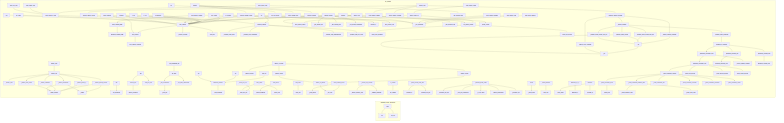
This is project/calls.png from pyfunc/taskfile, a Mermaid export, as it was before one commit. Its source is kept beside it as project/calls.mmd.
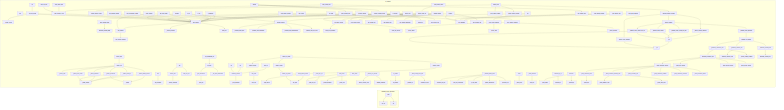
After the commit.

Change to the diagram source:
```diff
@@ -2,5 +2,5 @@
     subgraph examples_script_extraction
-        examples__script_extraction__scripts__release__run["run"]
         examples__ssh_run["ssh_run"]
         examples__main["main"]
+        examples__script_extraction__scripts__release__run["run"]
         examples__main["main"]
@@ -8,159 +8,167 @@
     subgraph src_taskfile
+        src__taskfile__cli__main___group_rolling["_group_rolling"]
+        src__taskfile__notifications___notify_linux["_notify_linux"]
+        src__taskfile__fleet___ping_device["_ping_device"]
+        src__taskfile__cli__fleet__fleet_repair_cmd["fleet_repair_cmd"]
+        src__taskfile__cli__setup___execute_setup_steps["_execute_setup_steps"]
+        src__taskfile__cli__deploy___quadlet_step2_upload["_quadlet_step2_upload"]
+        src__taskfile__cli__deploy___resolve_deploy_config["_resolve_deploy_config"]
+        src__taskfile__landing__build_landing_page["build_landing_page"]
+        src__taskfile__cli__setup___build_config_from_args["_build_config_from_args"]
+        src__taskfile__cli__release___step_deploy_web["_step_deploy_web"]
+        src__taskfile__parser___validate_task_commands["_validate_task_commands"]
+        src__taskfile__quadlet___build_container_ports["_build_container_ports"]
+        src__taskfile__cli__auth__auth_setup["auth_setup"]
+        src__taskfile__cli__main__init["init"]
+        src__auto_fix["auto_fix"]
+        src__taskfile__fleet__deploy_to_device["deploy_to_device"]
+        src__taskfile__quadlet___build_container_env["_build_container_env"]
+        src__taskfile__importer___import_makefile["_import_makefile"]
+        src__taskfile__ssh___get_connection["_get_connection"]
+        src__taskfile__notifications___notify_windows["_notify_windows"]
+        src__taskfile__importer___import_gitlab_ci["_import_gitlab_ci"]
+        src___run_embedded_ssh["_run_embedded_ssh"]
+        src__taskfile__cli__ci__ci_preview["ci_preview"]
         src___resolve_release_config["_resolve_release_config"]
+        src___execute_deploy_strategy["_execute_deploy_strategy"]
+        src__taskfile__cli__setup___validate_ip["_validate_ip"]
+        src__taskfile__health__print_health_report["print_health_report"]
+        src__taskfile__quadlet___parse_cpus_limit["_parse_cpus_limit"]
+        src__taskfile__parser___resolve_includes["_resolve_includes"]
+        src__taskfile__cli__quadlet___get_upload_files["_get_upload_files"]
+        src__taskfile__ssh__ssh_exec["ssh_exec"]
+        src__taskfile__cli__interactive___suggest_template["_suggest_template"]
+        src__taskfile__notifications___notify_macos["_notify_macos"]
+        src__taskfile__cli__main___run_env_group["_run_env_group"]
+        src__taskfile__cli__auth___check_tool["_check_tool"]
+        src__taskfile__cli__deploy___print_deploy_header["_print_deploy_header"]
+        src__taskfile__cli__setup___test_ssh_connection["_test_ssh_connection"]
+        src__taskfile__fleet___ssh_cmd["_ssh_cmd"]
+        src__taskfile__cli__quadlet___run_upload_commands["_run_upload_commands"]
+        src__taskfile__quadlet___build_container_networks["_build_container_networks"]
+        src___parse_pipeline["_parse_pipeline"]
+        src__taskfile__importer___import_shell_script["_import_shell_script"]
+        src__taskfile__quadlet__generate_network_unit["generate_network_unit"]
+        src__taskfile__quadlet___parse_memory_limit["_parse_memory_limit"]
+        src__taskfile__quadlet___build_container_volumes["_build_container_volumes"]
+        src___detect_project_type["_detect_project_type"]
+        src___quadlet_step3_reload_and_pull["_quadlet_step3_reload_and_pull"]
+        src__taskfile__quadlet__generate_volume_unit["generate_volume_unit"]
+        src__taskfile__cli__release__rollback["rollback"]
+        src__taskfile__scaffold__generate_taskfile["generate_taskfile"]
+        src__taskfile__compose__resolve_dict["resolve_dict"]
+        src__taskfile__cli__ci__ci_generate["ci_generate"]
+        src__taskfile__cli__fleet___load_config_or_exit["_load_config_or_exit"]
+        src__taskfile__importer___dump_taskfile["_dump_taskfile"]
+        src__taskfile__quadlet___build_container_labels["_build_container_labels"]
+        src__taskfile__cli__release___get_previous_tag["_get_previous_tag"]
+        src__generate["generate"]
+        src__taskfile__parser__load_taskfile["load_taskfile"]
+        src__taskfile__cigen__base___yaml_dump["_yaml_dump"]
+        src__taskfile__cli__release___step_upload_releases["_step_upload_releases"]
+        src__taskfile__cli__setup___deploy_application["_deploy_application"]
+        src__taskfile__fleet__check_device_status["check_device_status"]
+        src__taskfile__health__run_health_checks["run_health_checks"]
+        src__taskfile__cli__fleet___get_remote_envs["_get_remote_envs"]
+        src___init_config["_init_config"]
+        src__taskfile__cli__release___step_health_check["_step_health_check"]
+        src__taskfile__cli__setup___parse_ports["_parse_ports"]
+        src__taskfile__landing__generate_landing_page["generate_landing_page"]
+        src__taskfile__health__check_http_endpoint["check_http_endpoint"]
+        src___select_deploy_strategy["_select_deploy_strategy"]
+        src__taskfile__fleet___deploy_parallel["_deploy_parallel"]
+        src__taskfile__cli__release___show_release_plan["_show_release_plan"]
+        src__taskfile__quadlet___generate_volume_files["_generate_volume_files"]
+        src__taskfile__parser___validate_task_dependencies["_validate_task_dependencies"]
+        src__taskfile__fleet__FleetConfig__from_dict["from_dict"]
+        src__taskfile__cli__main__import_cmd["import_cmd"]
+        src__taskfile__importer___detect_type["_detect_type"]
+        src__check_taskfile["check_taskfile"]
+        src__get_environment_names["get_environment_names"]
+        src__taskfile__models__PipelineConfig__from_dict["from_dict"]
+        src__taskfile__health__health_check_all["health_check_all"]
+        src__taskfile__cli__auth__auth_verify["auth_verify"]
+        src__taskfile__cigen__generate_all_ci["generate_all_ci"]
+        src__taskfile__cli__ci__ci_targets["ci_targets"]
+        src___quadlet_step4_restart_and_cleanup["_quadlet_step4_restart_and_cle"]
+        src__taskfile__cli__quadlet___get_upload_env["_get_upload_env"]
+        src__taskfile__cli__deploy___deploy_local_compose["_deploy_local_compose"]
+        src___build_container_podman_args["_build_container_podman_args"]
+        src__taskfile__cli__interactive__init["init"]
+        src__taskfile__parser__validate_taskfile["validate_taskfile"]
+        src__taskfile__importer___import_dockerfile["_import_dockerfile"]
+        src__taskfile__notifications__notify_task_complete["notify_task_complete"]
+        src___collect_init_choices["_collect_init_choices"]
+        src__taskfile__importer___slugify["_slugify"]
+        src__taskfile__ssh___pool_key["_pool_key"]
+        src__taskfile__fleet__load_fleet["load_fleet"]
+        src__taskfile__quadlet___build_container_section["_build_container_section"]
+        src__taskfile__scaffold___load_template["_load_template"]
+        src__taskfile__cli__fleet__fleet_status_cmd["fleet_status_cmd"]
+        src__taskfile__fleet___deploy_canary["_deploy_canary"]
+        src__taskfile__cli__ci__ci_list["ci_list"]
+        src__generate["generate"]
+        src__taskfile__quadlet___build_install_section["_build_install_section"]
+        src__taskfile__quadlet___generate_container_files["_generate_container_files"]
+        src__taskfile__cli__health__health_cmd["health_cmd"]
+        src__taskfile__cli__deploy__deploy_cmd["deploy_cmd"]
+        src__taskfile__parser__scan_nearby_taskfiles["scan_nearby_taskfiles"]
+        src__taskfile__cli__setup__setup["setup"]
+        src__taskfile__cli__main__run["run"]
+        src__taskfile__health__check_ssh_service["check_ssh_service"]
+        src__taskfile__models__TaskfileConfig__from_dict["from_dict"]
+        src__taskfile__ssh___ssh_exec_subprocess["_ssh_exec_subprocess"]
+        src__taskfile__cli__setup___provision_vps["_provision_vps"]
+        src__taskfile__importer___import_github_actions["_import_github_actions"]
+        src___quadlet_step1_generate["_quadlet_step1_generate"]
+        src__taskfile__cli__setup___validate_ssh_key["_validate_ssh_key"]
+        src__taskfile__compose__load_env_file["load_env_file"]
+        src__taskfile__quadlet___build_service_section["_build_service_section"]
+        src__taskfile__cli__release___get_current_tag["_get_current_tag"]
+        src__taskfile__runner__TaskfileRunner__run["run"]
+        src__taskfile__cli__auth___ensure_gitignore["_ensure_gitignore"]
+        src__taskfile__parser__find_taskfile["find_taskfile"]
+        src__taskfile__cli__main__list_tasks["list_tasks"]
+        src__taskfile__importer__import_file["import_file"]
+        src__taskfile__cigen__base___sanitize_id["_sanitize_id"]
+        src__taskfile__cli__release___confirm_release["_confirm_release"]
+        src__taskfile__cli__release___run_command["_run_command"]
+        src__taskfile__compose__resolve_variables["resolve_variables"]
+        src__taskfile__compose__ComposeFile____init__["__init__"]
+        src__taskfile__parser___validate_tasks_exist["_validate_tasks_exist"]
+        src__taskfile__quadlet___parse_port["_parse_port"]
+        src__taskfile__cli__completion__get_platform_names["get_platform_names"]
+        src__taskfile__ssh__has_paramiko["has_paramiko"]
+        src__taskfile__cli__main__validate["validate"]
+        src__taskfile__cigen__generate_ci["generate_ci"]
+        src__taskfile__cli__setup___is_vps_ready["_is_vps_ready"]
+        src__taskfile__cli__setup___provision_ssh_key["_provision_ssh_key"]
+        src__taskfile__cli__auth___read_env_file["_read_env_file"]
+        src__taskfile__fleet___deploy_rolling["_deploy_rolling"]
+        src__taskfile__cli__release__release["release"]
+        src__taskfile__cli__deploy___run["_run"]
+        src__taskfile__quadlet__compose_to_quadlet["compose_to_quadlet"]
+        src__taskfile__cli__main___print_nearby_taskfiles["_print_nearby_taskfiles"]
+        src__taskfile__cli__quadlet__quadlet_upload["quadlet_upload"]
+        src__taskfile__quadlet___generate_network_file["_generate_network_file"]
         src__taskfile__cli__deploy___deploy_quadlet["_deploy_quadlet"]
-        src__taskfile__cli__main__validate["validate"]
+        src__generate["generate"]
+        src__taskfile__fleet__deploy_to_group["deploy_to_group"]
+        src__taskfile__cli__release___step_build_desktop["_step_build_desktop"]
+        src__taskfile__cli__fleet__fleet_list_cmd["fleet_list_cmd"]
+        src__taskfile__cigen__list_targets["list_targets"]
+        src__taskfile__cli__auth___write_env_var["_write_env_var"]
+        src__taskfile__parser___validate_task_env_filter["_validate_task_env_filter"]
+        src__taskfile__quadlet___collect_named_volumes["_collect_named_volumes"]
+        src__taskfile__cli__release___step_deploy_landing["_step_deploy_landing"]
+        src__taskfile__cli__ci__ci_run["ci_run"]
+        src__taskfile__quadlet__generate_container_unit["generate_container_unit"]
+        src__taskfile__cli__completion__get_task_names["get_task_names"]
+        src__generate["generate"]
         src__taskfile__cli__main__info["info"]
-        src__taskfile__cigen__base___sanitize_id["_sanitize_id"]
-        src__taskfile__cli__main___group_rolling["_group_rolling"]
-        src__taskfile__quadlet__generate_volume_unit["generate_volume_unit"]
+        src__taskfile__cigen__preview_ci["preview_ci"]
+        src__taskfile__quadlet___build_unit_section["_build_unit_section"]
+        src__taskfile__cli__deploy___deploy_remote_compose["_deploy_remote_compose"]
+        src__taskfile__runner__TaskfileRunner____init__["__init__"]
         src__taskfile__cli__deploy___ssh["_ssh"]
-        src__taskfile__cli__release__release["release"]
-        src__taskfile__cli__deploy___deploy_local_compose["_deploy_local_compose"]
-        src__taskfile__parser__validate_taskfile["validate_taskfile"]
-        src__taskfile__cigen__base___yaml_dump["_yaml_dump"]
-        src__taskfile__importer___import_github_actions["_import_github_actions"]
-        src__taskfile__runner__TaskfileRunner__run["run"]
-        src___execute_deploy_strategy["_execute_deploy_strategy"]
-        src__taskfile__parser___validate_task_dependencies["_validate_task_dependencies"]
-        src___build_container_podman_args["_build_container_podman_args"]
-        src__taskfile__compose__load_env_file["load_env_file"]
-        src__taskfile__health__health_check_all["health_check_all"]
-        src__taskfile__fleet___ping_device["_ping_device"]
-        src__taskfile__parser__find_taskfile["find_taskfile"]
-        src__taskfile__parser___resolve_includes["_resolve_includes"]
-        src__taskfile__cli__release___get_previous_tag["_get_previous_tag"]
-        src__taskfile__cli__main___run_env_group["_run_env_group"]
-        src__taskfile__fleet__check_device_status["check_device_status"]
-        src__taskfile__cli__deploy___print_deploy_header["_print_deploy_header"]
-        src___init_config["_init_config"]
-        src__taskfile__cli__release___run_command["_run_command"]
-        src__taskfile__cli__setup___execute_setup_steps["_execute_setup_steps"]
-        src__taskfile__cigen__generate_ci["generate_ci"]
-        src__taskfile__quadlet___build_container_section["_build_container_section"]
-        src__taskfile__importer___dump_taskfile["_dump_taskfile"]
-        src__taskfile__quadlet___parse_cpus_limit["_parse_cpus_limit"]
-        src__taskfile__cli__auth__auth_verify["auth_verify"]
-        src__taskfile__cli__release___step_deploy_web["_step_deploy_web"]
-        src__taskfile__cli__release___get_current_tag["_get_current_tag"]
-        src__taskfile__fleet___deploy_canary["_deploy_canary"]
-        src__taskfile__cli__setup___validate_ssh_key["_validate_ssh_key"]
-        src__taskfile__runner__TaskfileRunner____init__["__init__"]
-        src__taskfile__quadlet___generate_network_file["_generate_network_file"]
-        src__taskfile__cli__auth___ensure_gitignore["_ensure_gitignore"]
-        src__taskfile__cli__release___show_release_plan["_show_release_plan"]
-        src__taskfile__cli__auth__auth_setup["auth_setup"]
-        src__taskfile__parser__scan_nearby_taskfiles["scan_nearby_taskfiles"]
-        src__taskfile__cli__setup___provision_ssh_key["_provision_ssh_key"]
-        src__taskfile__cli__deploy___quadlet_step2_upload["_quadlet_step2_upload"]
-        src__taskfile__ssh__ssh_exec["ssh_exec"]
-        src__taskfile__importer___import_gitlab_ci["_import_gitlab_ci"]
-        src__taskfile__cigen__preview_ci["preview_ci"]
-        src__taskfile__cli__deploy___deploy_remote_compose["_deploy_remote_compose"]
-        src__taskfile__cli__main__run["run"]
-        src__taskfile__scaffold___load_template["_load_template"]
-        src__check_taskfile["check_taskfile"]
-        src__taskfile__quadlet___generate_volume_files["_generate_volume_files"]
-        src__taskfile__importer___detect_type["_detect_type"]
-        src__taskfile__quadlet___build_container_ports["_build_container_ports"]
-        src__taskfile__parser___validate_task_commands["_validate_task_commands"]
-        src__taskfile__fleet___deploy_parallel["_deploy_parallel"]
-        src___quadlet_step1_generate["_quadlet_step1_generate"]
-        src__taskfile__cli__quadlet___run_upload_commands["_run_upload_commands"]
-        src__taskfile__cli__fleet___load_config_or_exit["_load_config_or_exit"]
-        src__taskfile__landing__generate_landing_page["generate_landing_page"]
-        src__taskfile__cli__release___step_deploy_landing["_step_deploy_landing"]
-        src__taskfile__quadlet___build_container_networks["_build_container_networks"]
-        src__taskfile__cli__setup___provision_vps["_provision_vps"]
-        src___detect_project_type["_detect_project_type"]
-        src__taskfile__cli__main__init["init"]
-        src__taskfile__compose__resolve_variables["resolve_variables"]
-        src__taskfile__quadlet___build_install_section["_build_install_section"]
-        src__generate["generate"]
-        src__taskfile__cli__release___step_health_check["_step_health_check"]
-        src__taskfile__health__run_health_checks["run_health_checks"]
-        src__taskfile__parser___validate_tasks_exist["_validate_tasks_exist"]
-        src__taskfile__ssh__has_paramiko["has_paramiko"]
-        src__taskfile__quadlet___build_service_section["_build_service_section"]
-        src__taskfile__quadlet___build_unit_section["_build_unit_section"]
-        src__taskfile__cli__quadlet__quadlet_upload["quadlet_upload"]
-        src__taskfile__health__print_health_report["print_health_report"]
-        src__taskfile__cli__auth___check_tool["_check_tool"]
-        src__taskfile__cli__deploy___run["_run"]
-        src__taskfile__cli__fleet__fleet_list_cmd["fleet_list_cmd"]
-        src___quadlet_step4_restart_and_cleanup["_quadlet_step4_restart_and_cle"]
-        src__taskfile__importer___import_dockerfile["_import_dockerfile"]
-        src__taskfile__fleet__FleetConfig__from_dict["from_dict"]
-        src__taskfile__quadlet___collect_named_volumes["_collect_named_volumes"]
-        src__taskfile__cli__auth___read_env_file["_read_env_file"]
-        src__taskfile__cli__setup___deploy_application["_deploy_application"]
-        src__taskfile__parser___validate_task_env_filter["_validate_task_env_filter"]
-        src__taskfile__scaffold__generate_taskfile["generate_taskfile"]
-        src__generate["generate"]
-        src__taskfile__cli__health__health_cmd["health_cmd"]
-        src__taskfile__fleet__deploy_to_group["deploy_to_group"]
-        src__taskfile__cli__main__list_tasks["list_tasks"]
-        src__taskfile__cli__ci__ci_list["ci_list"]
-        src__taskfile__parser__load_taskfile["load_taskfile"]
-        src__generate["generate"]
-        src__taskfile__cli__ci__ci_preview["ci_preview"]
-        src__generate["generate"]
-        src__taskfile__cli__fleet__fleet_status_cmd["fleet_status_cmd"]
-        src__taskfile__cli__fleet___get_remote_envs["_get_remote_envs"]
-        src__taskfile__cli__interactive___suggest_template["_suggest_template"]
-        src__taskfile__cli__deploy___resolve_deploy_config["_resolve_deploy_config"]
-        src__taskfile__compose__ComposeFile____init__["__init__"]
-        src__taskfile__cli__setup__setup["setup"]
-        src__taskfile__cli__auth___write_env_var["_write_env_var"]
-        src__taskfile__quadlet__compose_to_quadlet["compose_to_quadlet"]
-        src__taskfile__cli__deploy__deploy_cmd["deploy_cmd"]
-        src__taskfile__cigen__generate_all_ci["generate_all_ci"]
-        src__taskfile__quadlet__generate_network_unit["generate_network_unit"]
-        src__taskfile__quadlet___build_container_env["_build_container_env"]
-        src__auto_fix["auto_fix"]
-        src__taskfile__health__check_ssh_service["check_ssh_service"]
-        src___parse_pipeline["_parse_pipeline"]
-        src__taskfile__ssh___get_connection["_get_connection"]
-        src__taskfile__cli__setup___validate_ip["_validate_ip"]
-        src__taskfile__importer___import_makefile["_import_makefile"]
-        src__taskfile__importer___import_shell_script["_import_shell_script"]
-        src___select_deploy_strategy["_select_deploy_strategy"]
-        src__taskfile__cli__setup___is_vps_ready["_is_vps_ready"]
-        src__taskfile__models__PipelineConfig__from_dict["from_dict"]
-        src__taskfile__quadlet___generate_container_files["_generate_container_files"]
-        src__taskfile__fleet___deploy_rolling["_deploy_rolling"]
-        src__taskfile__cli__interactive__init["init"]
-        src__taskfile__cli__ci__ci_generate["ci_generate"]
-        src__taskfile__quadlet__generate_container_unit["generate_container_unit"]
-        src__taskfile__quadlet___build_container_volumes["_build_container_volumes"]
-        src__taskfile__health__check_http_endpoint["check_http_endpoint"]
-        src__taskfile__cli__fleet__fleet_repair_cmd["fleet_repair_cmd"]
-        src__taskfile__cli__release___confirm_release["_confirm_release"]
-        src___quadlet_step3_reload_and_pull["_quadlet_step3_reload_and_pull"]
-        src__taskfile__landing__build_landing_page["build_landing_page"]
-        src__taskfile__ssh___ssh_exec_subprocess["_ssh_exec_subprocess"]
-        src__taskfile__cli__quadlet___get_upload_files["_get_upload_files"]
-        src__taskfile__cli__quadlet___get_upload_env["_get_upload_env"]
-        src__taskfile__cli__release___step_build_desktop["_step_build_desktop"]
-        src___run_embedded_ssh["_run_embedded_ssh"]
-        src__taskfile__fleet___ssh_cmd["_ssh_cmd"]
-        src__taskfile__quadlet___parse_port["_parse_port"]
-        src__taskfile__ssh___pool_key["_pool_key"]
-        src__taskfile__cli__release__rollback["rollback"]
-        src__taskfile__importer___slugify["_slugify"]
-        src__taskfile__cli__ci__ci_targets["ci_targets"]
-        src__taskfile__importer__import_file["import_file"]
-        src__taskfile__fleet__deploy_to_device["deploy_to_device"]
-        src__taskfile__cli__setup___test_ssh_connection["_test_ssh_connection"]
-        src__taskfile__cli__main__import_cmd["import_cmd"]
-        src__taskfile__compose__resolve_dict["resolve_dict"]
-        src__taskfile__fleet__load_fleet["load_fleet"]
-        src__taskfile__models__TaskfileConfig__from_dict["from_dict"]
-        src__taskfile__quadlet___parse_memory_limit["_parse_memory_limit"]
-        src___collect_init_choices["_collect_init_choices"]
-        src__taskfile__cli__setup___build_config_from_args["_build_config_from_args"]
-        src__taskfile__cli__setup___parse_ports["_parse_ports"]
-        src__taskfile__cli__ci__ci_run["ci_run"]
-        src__taskfile__cigen__list_targets["list_targets"]
-        src__taskfile__quadlet___build_container_labels["_build_container_labels"]
-        src__taskfile__cli__release___step_upload_releases["_step_upload_releases"]
     end
@@ -184,2 +192,3 @@
     src__taskfile__runner__TaskfileRunner__run --> src__taskfile__parser__validate_taskfile
+    src__taskfile__runner__TaskfileRunner__run --> src__taskfile__notifications__notify_task_complete
     src__taskfile__parser__find_taskfile --> src__taskfile__parser__scan_nearby_taskfiles
@@ -202,7 +211,6 @@
     src__taskfile__ssh__ssh_exec --> src__taskfile__ssh___get_connection
+    src__taskfile__notifications__notify_task_complete --> src__taskfile__notifications___notify_macos
+    src__taskfile__notifications__notify_task_complete --> src__taskfile__notifications___notify_linux
+    src__taskfile__notifications__notify_task_complete --> src__taskfile__notifications___notify_windows
     src__taskfile__scaffold__generate_taskfile --> src__taskfile__scaffold___load_template
-    src__taskfile__cli__auth___write_env_var --> src__taskfile__cli__auth___read_env_file
-    src__taskfile__cli__auth__auth_setup --> src__taskfile__cli__auth___ensure_gitignore
-    src__taskfile__cli__auth__auth_verify --> src__taskfile__cli__auth___read_env_file
-    src__taskfile__cli__auth__auth_verify --> src__taskfile__cli__auth___check_tool
     src__taskfile__fleet__load_fleet --> src__taskfile__fleet__FleetConfig__from_dict
@@ -216,2 +224,6 @@
     src__taskfile__fleet___deploy_canary --> src__taskfile__fleet__deploy_to_device
+    src__taskfile__cli__auth___write_env_var --> src__taskfile__cli__auth___read_env_file
+    src__taskfile__cli__auth__auth_setup --> src__taskfile__cli__auth___ensure_gitignore
+    src__taskfile__cli__auth__auth_verify --> src__taskfile__cli__auth___read_env_file
+    src__taskfile__cli__auth__auth_verify --> src__taskfile__cli__auth___check_tool
     src__taskfile__cli__quadlet__quadlet_upload --> src__taskfile__parser__load_taskfile
@@ -257,2 +269,5 @@
     src__taskfile__cli__setup__setup --> src__taskfile__cli__setup___parse_ports
+    src__taskfile__cli__completion__get_task_names --> src__taskfile__parser__load_taskfile
+    src__get_environment_names --> src__taskfile__parser__load_taskfile
+    src__taskfile__cli__completion__get_platform_names --> src__taskfile__parser__load_taskfile
     src__taskfile__cli__deploy___ssh --> src__taskfile__cli__deploy___run
@@ -290,2 +305,3 @@
     src__taskfile__cli__main__list_tasks --> src__taskfile__parser__load_taskfile
+    src__taskfile__cli__main__list_tasks --> src__taskfile__cli__main___print_nearby_taskfiles
     src__taskfile__cli__main__init --> src__taskfile__scaffold__generate_taskfile
```
